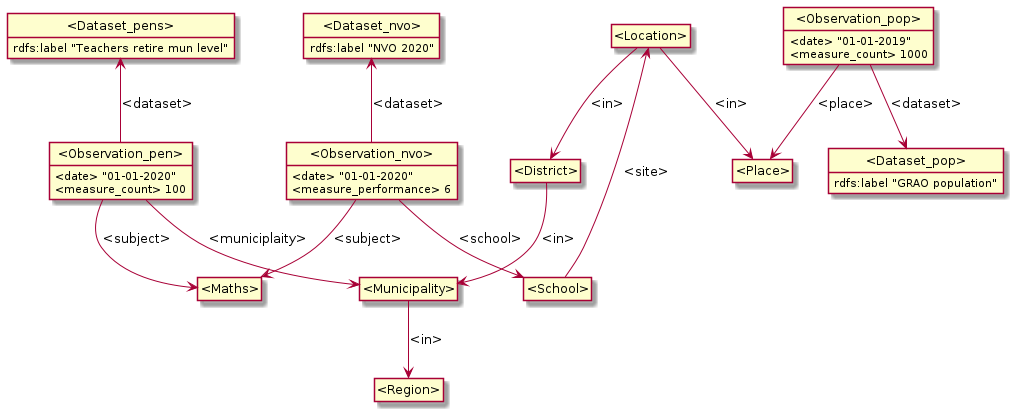
The PlantUML diagram model/high-level.png in data-for-good-bg/semantic-schools, before a commit. The source it was exported from:
```plantuml
@startuml
hide empty methods
hide empty attributes
hide circle

class _Dataset_nvo_ as "<Dataset_nvo>"
_Dataset_nvo_ : rdfs:label "NVO 2020"
class _Dataset_pens_ as "<Dataset_pens>"
_Dataset_pens_ : rdfs:label "Teachers retire mun level"
class _Dataset_pop_ as "<Dataset_pop>"
_Dataset_pop_ : rdfs:label "GRAO population"
class _District_ as "<District>"
class _Municipality_ as "<Municipality>"
_District_ -down-> _Municipality_ : <in>
class _Location_ as "<Location>"
_Location_ -down-> _District_ : <in>
class _Place_ as "<Place>"
_Location_ -down-> _Place_ : <in>
class _Region_ as "<Region>"
_Municipality_ -down-> _Region_ : <in>
class _Observation_nvo_ as "<Observation_nvo>"
_Observation_nvo_ -up-> _Dataset_nvo_ : <dataset>
class _Maths_ as "<Maths>"
_Observation_nvo_ -down-> _Maths_ : <subject>
class _School_ as "<School>"
_Observation_nvo_ -down-> _School_ : <school>
_Observation_nvo_ : <date> "01-01-2020"
_Observation_nvo_ : <measure_performance> 6
class _Observation_pen_ as "<Observation_pen>"
_Observation_pen_ -up-> _Dataset_pens_ : <dataset>
_Observation_pen_ -down-> _Maths_ : <subject>
_Observation_pen_ -down-> _Municipality_ : <municiplaity>
_Observation_pen_ : <date> "01-01-2020"
_Observation_pen_ : <measure_count> 100
class _Observation_pop_ as "<Observation_pop>"
_Observation_pop_ -down-> _Dataset_pop_ : <dataset>
_Observation_pop_ -down-> _Place_ : <place>
_Observation_pop_ : <date> "01-01-2019"
_Observation_pop_ : <measure_count> 1000
_School_ -left-> _Location_ : <site>
@enduml
```
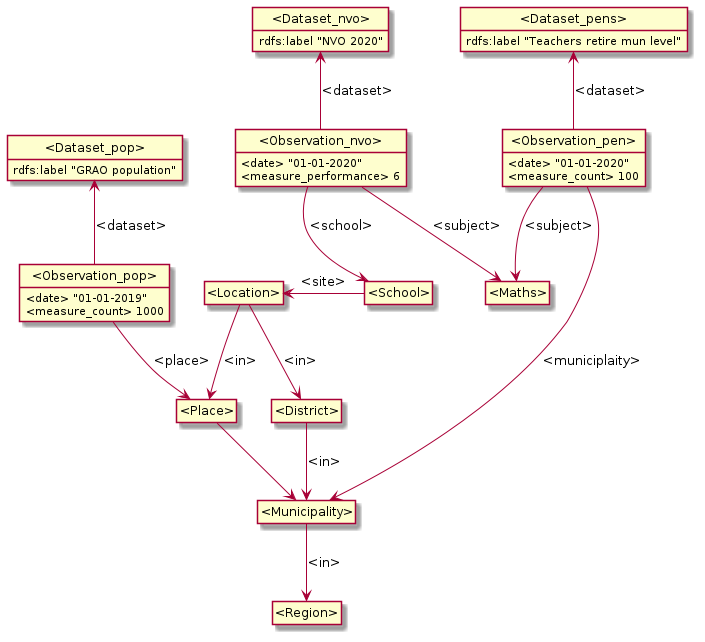
The same file after the commit.

Commit message:
slightly less messy diagram

The edit, as a diff of the source:
```diff
@@ -33,9 +33,11 @@
 _Observation_pen_ : <date> "01-01-2020"
 _Observation_pen_ : <measure_count> 100
 class _Observation_pop_ as "<Observation_pop>"
-_Observation_pop_ -down-> _Dataset_pop_ : <dataset>
+_Observation_pop_ -up-> _Dataset_pop_ : <dataset>
+_Observation_pop_ -right[hidden]-> _Location_
 _Observation_pop_ -down-> _Place_ : <place>
 _Observation_pop_ : <date> "01-01-2019"
 _Observation_pop_ : <measure_count> 1000
+_Place_ -down-> _Municipality_
 _School_ -left-> _Location_ : <site>
 @enduml
```
